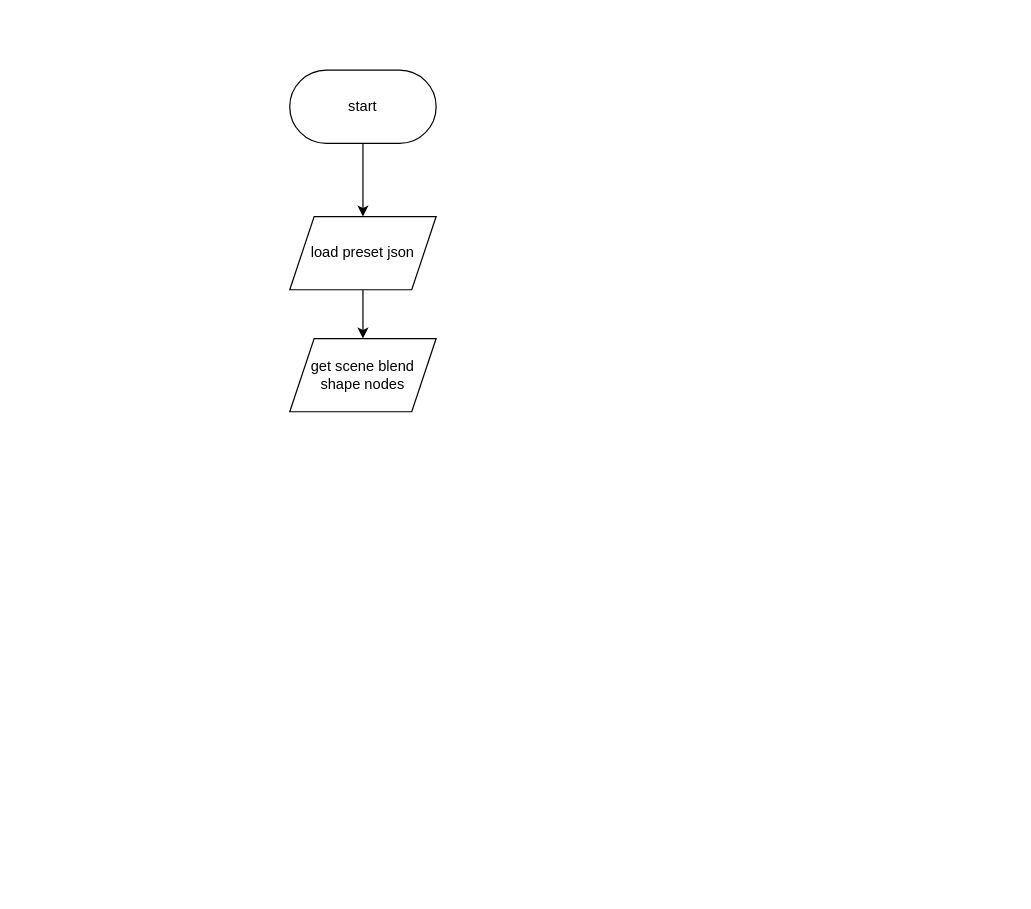
tarnlift/tl-lib keeps this draw.io diagram as flowchart/blend_shape_presets_loading.drawio. Above is the earlier version. Source tidied: cells renumbered, new cells numbered last; positions are measured from the earlier drawing's top-left corner, leaving out a move shared by most shapes. Both pictures are drawn from the tidied source at 122%, with x=0, y=0 at pixel (289, 70).
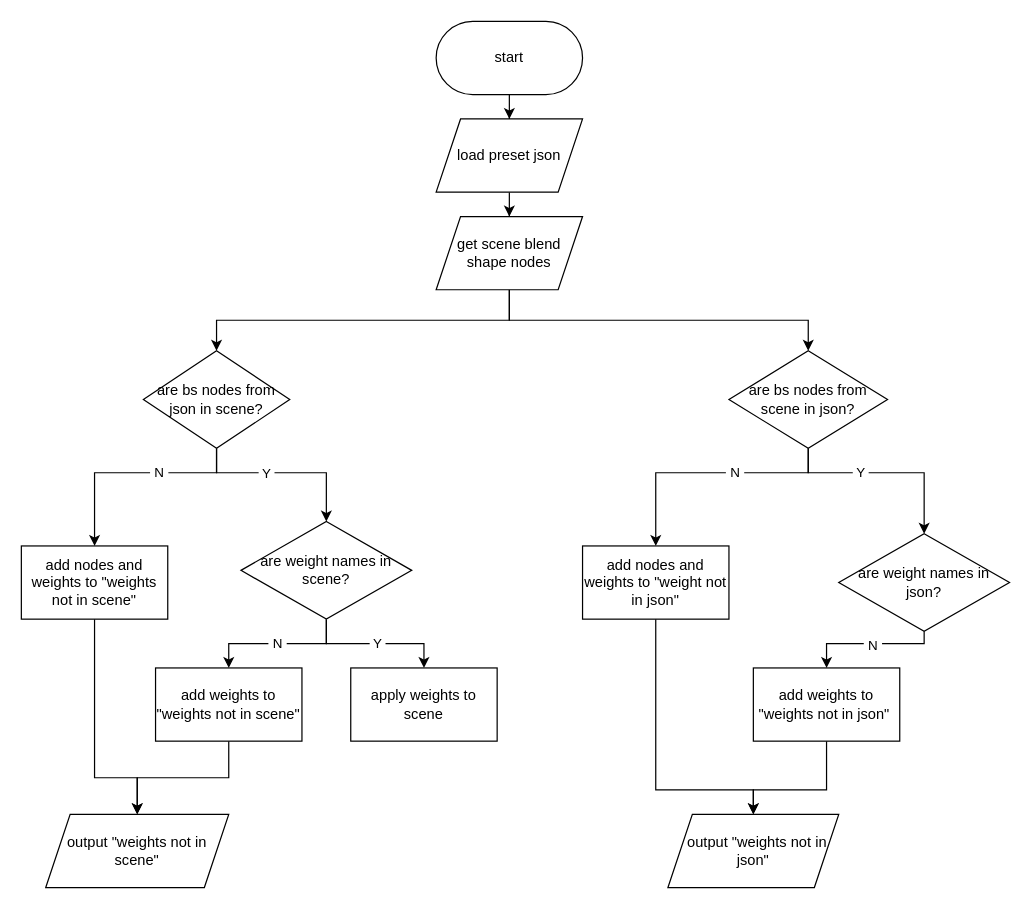
After the change.

Change to the diagram source:
```diff
@@
     <mxCell id="3" value="start" style="rounded=1;whiteSpace=wrap;html=1;arcSize=50;" parent="1" vertex="1">
-      <mxGeometry width="120" height="60" as="geometry" />
+      <mxGeometry x="120" y="-40" width="120" height="60" as="geometry" />
     </mxCell>
@@
     <mxCell id="5" value="load preset json" style="shape=parallelogram;perimeter=parallelogramPerimeter;whiteSpace=wrap;html=1;fixedSize=1;" parent="1" vertex="1">
-      <mxGeometry y="120" width="120" height="60" as="geometry" />
+      <mxGeometry x="120" y="40" width="120" height="60" as="geometry" />
     </mxCell>
+    <mxCell id="7" style="edgeStyle=orthogonalEdgeStyle;rounded=0;jettySize=auto;html=1;exitX=0.5;exitY=1;exitDx=0;exitDy=0;entryX=0.5;entryY=0;entryDx=0;entryDy=0;" parent="1" edge="1" source="6" target="13">
+      <mxGeometry relative="1" as="geometry" />
+    </mxCell>
+    <mxCell id="8" style="edgeStyle=orthogonalEdgeStyle;rounded=0;jettySize=auto;html=1;exitX=0.5;exitY=1;exitDx=0;exitDy=0;" parent="1" edge="1" source="6" target="28">
+      <mxGeometry relative="1" as="geometry" />
+    </mxCell>
     <mxCell id="6" value="get scene blend shape nodes" style="shape=parallelogram;perimeter=parallelogramPerimeter;whiteSpace=wrap;html=1;fixedSize=1;" parent="1" vertex="1">
-      <mxGeometry y="220" width="120" height="60" as="geometry" />
+      <mxGeometry x="120" y="120" width="120" height="60" as="geometry" />
     </mxCell>
+    <mxCell id="9" style="edgeStyle=orthogonalEdgeStyle;rounded=0;jettySize=auto;html=1;exitX=0.5;exitY=1;exitDx=0;exitDy=0;entryX=0.5;entryY=0;entryDx=0;entryDy=0;" parent="1" edge="1" source="13" target="19">
+      <mxGeometry relative="1" as="geometry">
+        <Array as="points">
+          <mxPoint x="-60" y="330" />
+          <mxPoint x="30" y="330" />
+        </Array>
+      </mxGeometry>
+    </mxCell>
+    <mxCell id="10" value="&amp;nbsp;Y&amp;nbsp;" style="edgeLabel;html=1;align=center;verticalAlign=middle;" parent="9" vertex="1">
+      <mxGeometry x="0.07" y="4" relative="1" as="geometry">
+        <mxPoint x="-20" y="4" as="offset" />
+      </mxGeometry>
+    </mxCell>
+    <mxCell id="11" style="edgeStyle=orthogonalEdgeStyle;rounded=0;jettySize=auto;html=1;exitX=0.5;exitY=1;exitDx=0;exitDy=0;entryX=0.5;entryY=0;entryDx=0;entryDy=0;" parent="1" edge="1" source="13" target="15">
+      <mxGeometry relative="1" as="geometry">
+        <Array as="points">
+          <mxPoint x="-60" y="330" />
+          <mxPoint x="-160" y="330" />
+        </Array>
+      </mxGeometry>
+    </mxCell>
+    <mxCell id="12" value="&amp;nbsp;N&amp;nbsp;" style="edgeLabel;html=1;align=center;verticalAlign=middle;" parent="11" vertex="1">
+      <mxGeometry x="-0.24" y="-1" relative="1" as="geometry" />
+    </mxCell>
+    <mxCell id="13" value="are bs nodes from json in scene?" style="rhombus;whiteSpace=wrap;html=1;" parent="1" vertex="1">
+      <mxGeometry x="-120" y="230" width="120" height="80" as="geometry" />
+    </mxCell>
+    <mxCell id="14" style="edgeStyle=orthogonalEdgeStyle;rounded=0;jettySize=auto;html=1;exitX=0.5;exitY=1;exitDx=0;exitDy=0;" parent="1" edge="1" source="15" target="23">
+      <mxGeometry relative="1" as="geometry">
+        <Array as="points">
+          <mxPoint x="-160" y="580" />
+          <mxPoint x="-125" y="580" />
+        </Array>
+      </mxGeometry>
+    </mxCell>
+    <mxCell id="15" value="add nodes and weights to &quot;weights not in scene&quot;" style="rounded=0;whiteSpace=wrap;html=1;" parent="1" vertex="1">
+      <mxGeometry x="-220" y="390" width="120" height="60" as="geometry" />
+    </mxCell>
+    <mxCell id="16" value="&amp;nbsp;N&amp;nbsp;" style="edgeStyle=orthogonalEdgeStyle;rounded=0;jettySize=auto;html=1;exitX=0.5;exitY=1;exitDx=0;exitDy=0;entryX=0.5;entryY=0;entryDx=0;entryDy=0;" parent="1" edge="1" source="19" target="21">
+      <mxGeometry relative="1" as="geometry" />
+    </mxCell>
+    <mxCell id="17" style="edgeStyle=orthogonalEdgeStyle;rounded=0;jettySize=auto;html=1;exitX=0.5;exitY=1;exitDx=0;exitDy=0;entryX=0.5;entryY=0;entryDx=0;entryDy=0;" parent="1" edge="1" source="19" target="22">
+      <mxGeometry relative="1" as="geometry" />
+    </mxCell>
+    <mxCell id="18" value="&amp;nbsp;Y&amp;nbsp;" style="edgeLabel;html=1;align=center;verticalAlign=middle;" parent="17" vertex="1">
+      <mxGeometry x="0.02" y="1" relative="1" as="geometry" />
+    </mxCell>
+    <mxCell id="19" value="are weight names in scene?" style="rhombus;whiteSpace=wrap;html=1;" parent="1" vertex="1">
+      <mxGeometry x="-40" y="370" width="140" height="80" as="geometry" />
+    </mxCell>
+    <mxCell id="20" style="edgeStyle=orthogonalEdgeStyle;rounded=0;jettySize=auto;html=1;exitX=0.5;exitY=1;exitDx=0;exitDy=0;entryX=0.5;entryY=0;entryDx=0;entryDy=0;" parent="1" edge="1" source="21" target="23">
+      <mxGeometry relative="1" as="geometry" />
+    </mxCell>
+    <mxCell id="21" value="add weights to &quot;weights not in scene&quot;" style="rounded=0;whiteSpace=wrap;html=1;" parent="1" vertex="1">
+      <mxGeometry x="-110" y="490" width="120" height="60" as="geometry" />
+    </mxCell>
+    <mxCell id="22" value="apply weights to scene" style="rounded=0;whiteSpace=wrap;html=1;" parent="1" vertex="1">
+      <mxGeometry x="50" y="490" width="120" height="60" as="geometry" />
+    </mxCell>
+    <mxCell id="23" value="output &quot;weights not in scene&quot;" style="shape=parallelogram;perimeter=parallelogramPerimeter;whiteSpace=wrap;html=1;fixedSize=1;" parent="1" vertex="1">
+      <mxGeometry x="-200" y="610" width="150" height="60" as="geometry" />
+    </mxCell>
+    <mxCell id="24" style="edgeStyle=orthogonalEdgeStyle;rounded=0;jettySize=auto;html=1;exitX=0.5;exitY=1;exitDx=0;exitDy=0;" parent="1" edge="1" source="28" target="30">
+      <mxGeometry relative="1" as="geometry">
+        <Array as="points">
+          <mxPoint x="425" y="330" />
+          <mxPoint x="300" y="330" />
+        </Array>
+      </mxGeometry>
+    </mxCell>
+    <mxCell id="25" value="&amp;nbsp;N&amp;nbsp;" style="edgeLabel;html=1;align=center;verticalAlign=middle;" parent="24" vertex="1">
+      <mxGeometry x="-0.21" y="-1" relative="1" as="geometry" />
+    </mxCell>
+    <mxCell id="26" style="edgeStyle=orthogonalEdgeStyle;rounded=0;jettySize=auto;html=1;exitX=0.5;exitY=1;exitDx=0;exitDy=0;entryX=0.5;entryY=0;entryDx=0;entryDy=0;" parent="1" edge="1" source="28" target="33">
+      <mxGeometry relative="1" as="geometry">
+        <Array as="points">
+          <mxPoint x="425" y="330" />
+          <mxPoint x="520" y="330" />
+        </Array>
+      </mxGeometry>
+    </mxCell>
+    <mxCell id="27" value="&amp;nbsp;Y&amp;nbsp;" style="edgeLabel;html=1;align=center;verticalAlign=middle;" parent="26" vertex="1">
+      <mxGeometry x="-0.25" y="1" relative="1" as="geometry" />
+    </mxCell>
+    <mxCell id="28" value="are bs nodes from scene in json?" style="rhombus;whiteSpace=wrap;html=1;" parent="1" vertex="1">
+      <mxGeometry x="360" y="230" width="130" height="80" as="geometry" />
+    </mxCell>
+    <mxCell id="29" style="edgeStyle=orthogonalEdgeStyle;rounded=0;jettySize=auto;html=1;exitX=0.5;exitY=1;exitDx=0;exitDy=0;" parent="1" edge="1" source="30" target="34">
+      <mxGeometry relative="1" as="geometry">
+        <Array as="points">
+          <mxPoint x="300" y="590" />
+          <mxPoint x="380" y="590" />
+        </Array>
+      </mxGeometry>
+    </mxCell>
+    <mxCell id="30" value="add nodes and weights to &quot;weight not in json&quot;" style="rounded=0;whiteSpace=wrap;html=1;" parent="1" vertex="1">
+      <mxGeometry x="240" y="390" width="120" height="60" as="geometry" />
+    </mxCell>
+    <mxCell id="31" style="edgeStyle=orthogonalEdgeStyle;rounded=0;jettySize=auto;html=1;exitX=0.5;exitY=1;exitDx=0;exitDy=0;" parent="1" edge="1" source="33" target="36">
+      <mxGeometry relative="1" as="geometry">
+        <Array as="points">
+          <mxPoint x="520" y="470" />
+          <mxPoint x="440" y="470" />
+        </Array>
+      </mxGeometry>
+    </mxCell>
+    <mxCell id="32" value="&amp;nbsp;N&amp;nbsp;" style="edgeLabel;html=1;align=center;verticalAlign=middle;" parent="31" vertex="1">
+      <mxGeometry x="-0.04" y="1" relative="1" as="geometry" />
+    </mxCell>
+    <mxCell id="33" value="are weight names in json?" style="rhombus;whiteSpace=wrap;html=1;" parent="1" vertex="1">
+      <mxGeometry x="450" y="380" width="140" height="80" as="geometry" />
+    </mxCell>
+    <mxCell id="34" value="&amp;nbsp; output &quot;weights not in json&quot;" style="shape=parallelogram;perimeter=parallelogramPerimeter;whiteSpace=wrap;html=1;fixedSize=1;" parent="1" vertex="1">
+      <mxGeometry x="310" y="610" width="140" height="60" as="geometry" />
+    </mxCell>
+    <mxCell id="35" style="edgeStyle=orthogonalEdgeStyle;rounded=0;jettySize=auto;html=1;exitX=0.5;exitY=1;exitDx=0;exitDy=0;" parent="1" edge="1" source="36">
+      <mxGeometry relative="1" as="geometry">
+        <mxPoint x="380" y="610" as="targetPoint" />
+        <Array as="points">
+          <mxPoint x="440" y="590" />
+          <mxPoint x="380" y="590" />
+        </Array>
+      </mxGeometry>
+    </mxCell>
+    <mxCell id="36" value="add weights to &quot;weights not in json&quot;&amp;nbsp;" style="rounded=0;whiteSpace=wrap;html=1;" parent="1" vertex="1">
+      <mxGeometry x="380" y="490" width="120" height="60" as="geometry" />
+    </mxCell>
```
